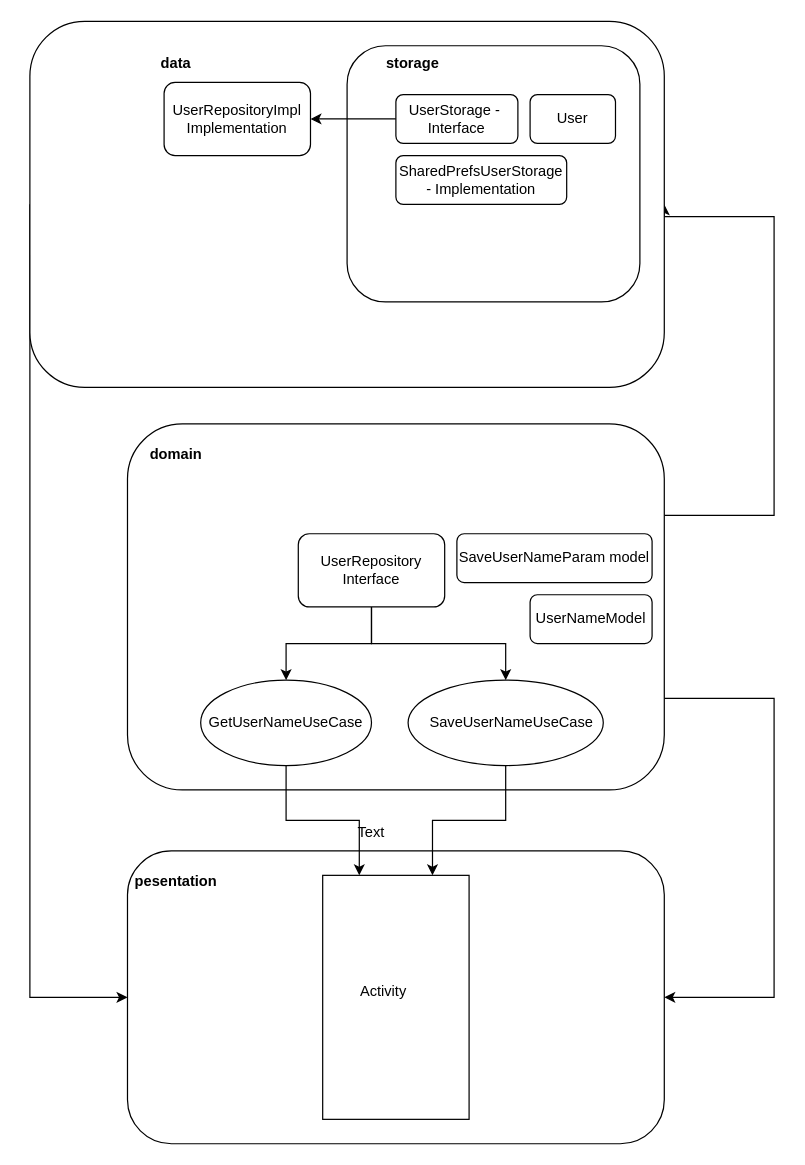
Earlier version of the draw.io diagram gradle/diag.drawio (AleksandrRegulus/MyTestApplicationForStudyClearCode). Source tidied: cells renumbered, new cells numbered last; positions are measured from the earlier drawing's top-left corner, leaving out a move shared by most shapes. Both pictures are drawn from the tidied source at 122%, with x=0, y=0 at pixel (29, 21).
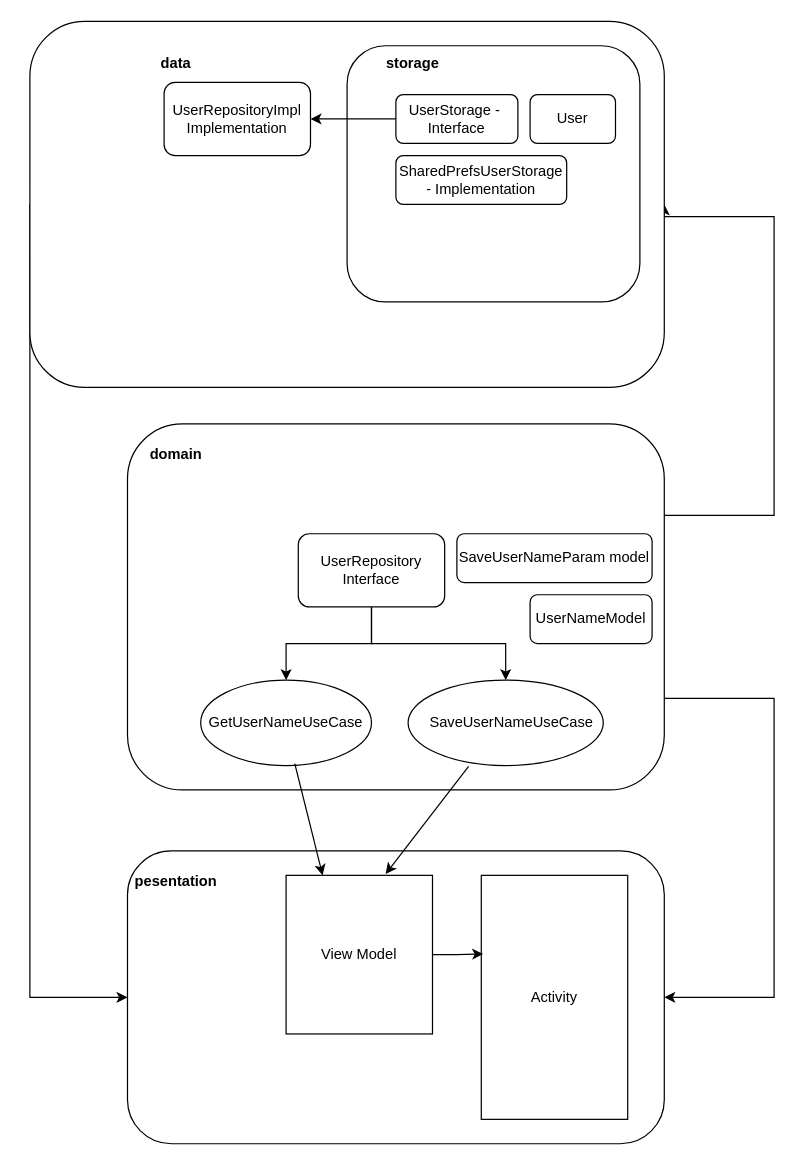
The same diagram, later.

Unchanged cells that the change refers to:
```xml
<mxCell id="9" style="ellipse;whiteSpace=wrap;html=1;" parent="1" vertex="1">
  <mxGeometry x="140" y="540" width="140" height="70" as="geometry" />
</mxCell>
<mxCell id="11" style="ellipse;whiteSpace=wrap;html=1;" parent="1" vertex="1">
  <mxGeometry x="310" y="540" width="160" height="70" as="geometry" />
</mxCell>
```

What changed in the source:
```diff
@@
-    <mxCell id="6" style="rounded=0;whiteSpace=wrap;html=1;" parent="1" vertex="1">
-      <mxGeometry x="240" y="700" width="120" height="200" as="geometry" />
+    <mxCell id="6" value="Activity" style="rounded=0;whiteSpace=wrap;html=1;" parent="1" vertex="1">
+      <mxGeometry x="370" y="700" width="120" height="200" as="geometry" />
     </mxCell>
@@
-    <mxCell id="10" style="edgeStyle=orthogonalEdgeStyle;rounded=0;jettySize=auto;html=1;exitX=0.5;exitY=1;exitDx=0;exitDy=0;entryX=0.75;entryY=0;entryDx=0;entryDy=0;" parent="1" edge="1" source="11" target="6">
-      <mxGeometry relative="1" as="geometry" />
-    </mxCell>
@@
-    <mxCell id="12" style="edgeStyle=orthogonalEdgeStyle;rounded=0;jettySize=auto;html=1;exitX=0.5;exitY=1;exitDx=0;exitDy=0;entryX=0.25;entryY=0;entryDx=0;entryDy=0;" parent="1" edge="1" source="9" target="6">
-      <mxGeometry relative="1" as="geometry" />
-    </mxCell>
@@
-    <mxCell id="15" value="Text" style="text;html=1;strokeColor=none;fillColor=none;align=center;verticalAlign=middle;whiteSpace=wrap;rounded=0;" parent="1" vertex="1">
-      <mxGeometry x="250" y="650" width="60" height="30" as="geometry" />
-    </mxCell>
-    <mxCell id="16" value="Activity" style="text;html=1;strokeColor=none;fillColor=none;align=center;verticalAlign=middle;whiteSpace=wrap;rounded=0;" parent="1" vertex="1">
-      <mxGeometry x="260" y="780" width="60" height="30" as="geometry" />
-    </mxCell>
@@
+    <mxCell id="32" style="endArrow=classic;html=1;rounded=0;exitX=0.551;exitY=0.977;exitDx=0;exitDy=0;exitPerimeter=0;entryX=0.25;entryY=0;entryDx=0;entryDy=0;" parent="1" edge="1" source="9" target="35">
+      <mxGeometry relative="1" as="geometry" />
+    </mxCell>
+    <mxCell id="33" style="endArrow=classic;html=1;rounded=0;exitX=0.31;exitY=1.011;exitDx=0;exitDy=0;exitPerimeter=0;entryX=0.68;entryY=-0.009;entryDx=0;entryDy=0;entryPerimeter=0;" parent="1" edge="1" source="11" target="35">
+      <mxGeometry relative="1" as="geometry" />
+    </mxCell>
+    <mxCell id="34" style="edgeStyle=orthogonalEdgeStyle;rounded=0;jettySize=auto;html=1;exitX=1;exitY=0.5;exitDx=0;exitDy=0;entryX=0.013;entryY=0.322;entryDx=0;entryDy=0;entryPerimeter=0;" parent="1" edge="1" source="35" target="6">
+      <mxGeometry relative="1" as="geometry" />
+    </mxCell>
+    <mxCell id="35" value="View Model" style="rounded=0;whiteSpace=wrap;html=1;" parent="1" vertex="1">
+      <mxGeometry x="210" y="700" width="120" height="130" as="geometry" />
+    </mxCell>
```
